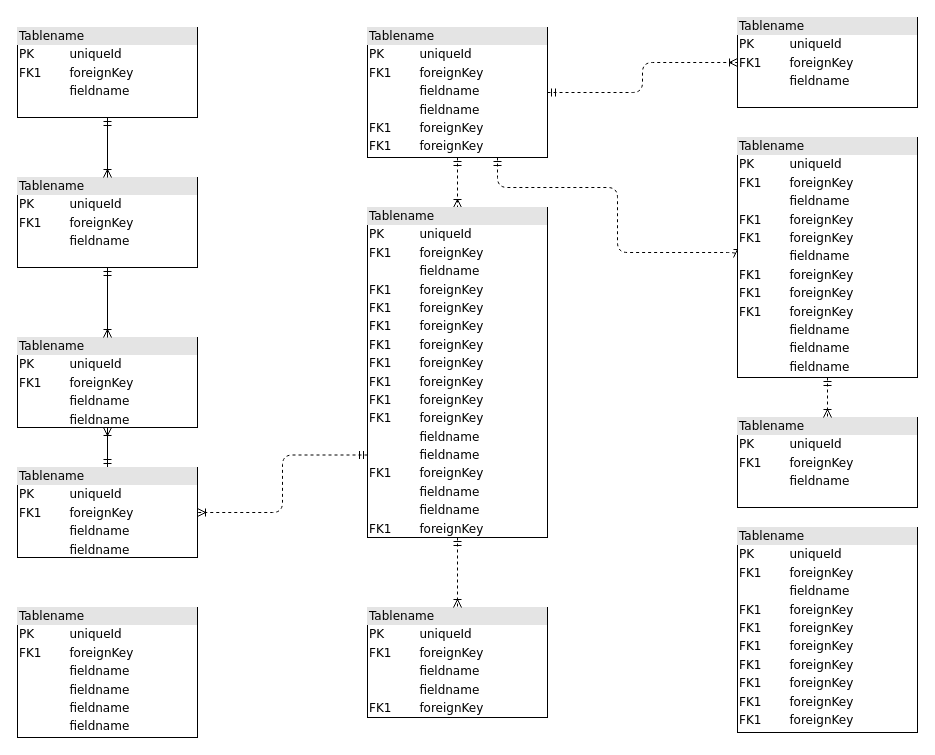
This is Diagrama sem título.drawio from Ronierys2/diagramas_Tabelas, a draw.io file, before an edit. Source tidied: cells renumbered, new cells numbered last; positions are measured from the earlier drawing's top-left corner, leaving out a move shared by most shapes. Both pictures are drawn from the tidied source at 100%, with x=0, y=0 at pixel (17, 17).
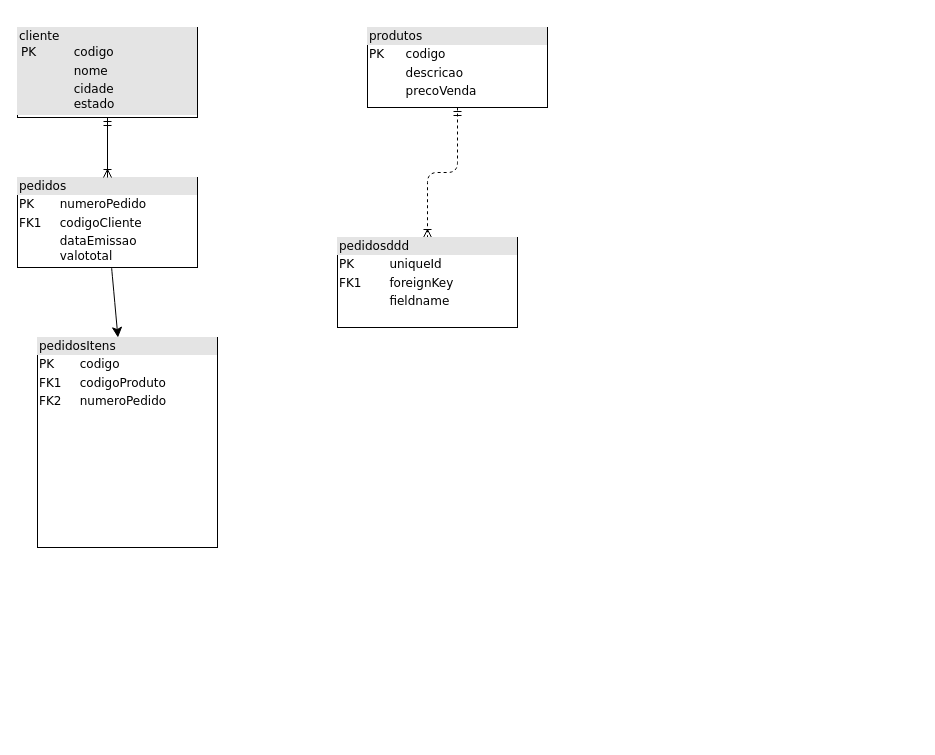
Above is the later version.

Change to the diagram source:
```diff
@@
-    <mxCell id="2" value="&lt;div style=&quot;box-sizing:border-box;width:100%;background:#e4e4e4;padding:2px;&quot;&gt;Tablename&lt;/div&gt;&lt;table style=&quot;width:100%;font-size:1em;&quot; cellpadding=&quot;2&quot; cellspacing=&quot;0&quot;&gt;&lt;tr&gt;&lt;td&gt;PK&lt;/td&gt;&lt;td&gt;uniqueId&lt;/td&gt;&lt;/tr&gt;&lt;tr&gt;&lt;td&gt;FK1&lt;/td&gt;&lt;td&gt;foreignKey&lt;/td&gt;&lt;/tr&gt;&lt;tr&gt;&lt;td&gt;&lt;/td&gt;&lt;td&gt;fieldname&lt;/td&gt;&lt;/tr&gt;&lt;/table&gt;" style="verticalAlign=top;align=left;overflow=fill;html=1;rounded=0;shadow=0;comic=0;labelBackgroundColor=none;strokeWidth=1;fontFamily=Verdana;fontSize=12;" parent="1" vertex="1">
+    <mxCell id="2" value="&lt;div style=&quot;box-sizing:border-box;width:100%;background:#e4e4e4;padding:2px;&quot;&gt;cliente&lt;table style=&quot;background-color: initial; font-size: 1em; width: 100%;&quot; cellpadding=&quot;2&quot; cellspacing=&quot;0&quot;&gt;&lt;tbody&gt;&lt;tr&gt;&lt;td&gt;PK&lt;/td&gt;&lt;td&gt;codigo&lt;/td&gt;&lt;/tr&gt;&lt;tr&gt;&lt;td&gt;&lt;br&gt;&lt;/td&gt;&lt;td&gt;nome&lt;/td&gt;&lt;/tr&gt;&lt;tr&gt;&lt;td&gt;&lt;/td&gt;&lt;td&gt;cidade&lt;br&gt;estado&lt;/td&gt;&lt;/tr&gt;&lt;/tbody&gt;&lt;/table&gt;&lt;/div&gt;" style="verticalAlign=top;align=left;overflow=fill;html=1;rounded=0;shadow=0;comic=0;labelBackgroundColor=none;strokeWidth=1;fontFamily=Verdana;fontSize=12;" parent="1" vertex="1">
       <mxGeometry y="10" width="180" height="90" as="geometry" />
     </mxCell>
-    <mxCell id="3" style="edgeStyle=orthogonalEdgeStyle;html=1;entryX=0.5;entryY=0;dashed=1;labelBackgroundColor=none;startArrow=ERmandOne;endArrow=ERoneToMany;fontFamily=Verdana;fontSize=12;align=left;" parent="1" edge="1" source="6" target="16">
-      <mxGeometry relative="1" as="geometry" />
-    </mxCell>
-    <mxCell id="4" style="edgeStyle=orthogonalEdgeStyle;html=1;dashed=1;labelBackgroundColor=none;startArrow=ERmandOne;endArrow=ERoneToMany;fontFamily=Verdana;fontSize=12;align=left;entryX=0;entryY=0.5;" parent="1" edge="1" source="6" target="19">
-      <mxGeometry relative="1" as="geometry">
-        <Array as="points">
-          <mxPoint x="480" y="170" />
-          <mxPoint x="600" y="170" />
-          <mxPoint x="600" y="235" />
-        </Array>
-      </mxGeometry>
-    </mxCell>
@@
-    <mxCell id="6" value="&lt;div style=&quot;box-sizing: border-box ; width: 100% ; background: #e4e4e4 ; padding: 2px&quot;&gt;Tablename&lt;/div&gt;&lt;table style=&quot;width: 100% ; font-size: 1em&quot; cellpadding=&quot;2&quot; cellspacing=&quot;0&quot;&gt;&lt;tbody&gt;&lt;tr&gt;&lt;td&gt;PK&lt;/td&gt;&lt;td&gt;uniqueId&lt;/td&gt;&lt;/tr&gt;&lt;tr&gt;&lt;td&gt;FK1&lt;/td&gt;&lt;td&gt;foreignKey&lt;/td&gt;&lt;/tr&gt;&lt;tr&gt;&lt;td&gt;&lt;/td&gt;&lt;td&gt;fieldname&lt;/td&gt;&lt;/tr&gt;&lt;tr&gt;&lt;td&gt;&lt;br&gt;&lt;/td&gt;&lt;td&gt;fieldname&lt;br&gt;&lt;/td&gt;&lt;/tr&gt;&lt;tr&gt;&lt;td&gt;FK1&lt;br&gt;&lt;/td&gt;&lt;td&gt;foreignKey&lt;br&gt;&lt;/td&gt;&lt;/tr&gt;&lt;tr&gt;&lt;td&gt;FK1&lt;br&gt;&lt;/td&gt;&lt;td&gt;foreignKey&lt;br&gt;&lt;/td&gt;&lt;/tr&gt;&lt;/tbody&gt;&lt;/table&gt;" style="verticalAlign=top;align=left;overflow=fill;html=1;rounded=0;shadow=0;comic=0;labelBackgroundColor=none;strokeWidth=1;fontFamily=Verdana;fontSize=12;" parent="1" vertex="1">
-      <mxGeometry x="350" y="10" width="180" height="130" as="geometry" />
+    <mxCell id="6" value="&lt;div style=&quot;box-sizing: border-box ; width: 100% ; background: #e4e4e4 ; padding: 2px&quot;&gt;produtos&lt;/div&gt;&lt;table style=&quot;width: 100% ; font-size: 1em&quot; cellpadding=&quot;2&quot; cellspacing=&quot;0&quot;&gt;&lt;tbody&gt;&lt;tr&gt;&lt;td&gt;PK&lt;/td&gt;&lt;td&gt;codigo&lt;/td&gt;&lt;/tr&gt;&lt;tr&gt;&lt;td&gt;&lt;br&gt;&lt;/td&gt;&lt;td&gt;descricao&lt;/td&gt;&lt;/tr&gt;&lt;tr&gt;&lt;td&gt;&lt;/td&gt;&lt;td&gt;precoVenda&lt;/td&gt;&lt;/tr&gt;&lt;tr&gt;&lt;td&gt;&lt;br&gt;&lt;/td&gt;&lt;td&gt;&lt;/td&gt;&lt;/tr&gt;&lt;tr&gt;&lt;td&gt;&lt;/td&gt;&lt;td&gt;&lt;br&gt;&lt;/td&gt;&lt;/tr&gt;&lt;tr&gt;&lt;td&gt;&lt;br&gt;&lt;/td&gt;&lt;td&gt;&lt;br&gt;&lt;/td&gt;&lt;/tr&gt;&lt;/tbody&gt;&lt;/table&gt;" style="verticalAlign=top;align=left;overflow=fill;html=1;rounded=0;shadow=0;comic=0;labelBackgroundColor=none;strokeWidth=1;fontFamily=Verdana;fontSize=12;" parent="1" vertex="1">
+      <mxGeometry x="350" y="10" width="180" height="80" as="geometry" />
     </mxCell>
-    <mxCell id="7" style="edgeStyle=orthogonalEdgeStyle;html=1;labelBackgroundColor=none;startArrow=ERmandOne;endArrow=ERoneToMany;fontFamily=Verdana;fontSize=12;align=left;" parent="1" edge="1" source="9" target="10">
-      <mxGeometry relative="1" as="geometry" />
-    </mxCell>
-    <mxCell id="8" style="edgeStyle=orthogonalEdgeStyle;html=1;exitX=0;exitY=0.75;entryX=1;entryY=0.5;dashed=1;labelBackgroundColor=none;startArrow=ERmandOne;endArrow=ERoneToMany;fontFamily=Verdana;fontSize=12;align=left;" parent="1" edge="1" source="16" target="9">
-      <mxGeometry relative="1" as="geometry" />
-    </mxCell>
-    <mxCell id="9" value="&lt;div style=&quot;box-sizing: border-box ; width: 100% ; background: #e4e4e4 ; padding: 2px&quot;&gt;Tablename&lt;/div&gt;&lt;table style=&quot;width: 100% ; font-size: 1em&quot; cellpadding=&quot;2&quot; cellspacing=&quot;0&quot;&gt;&lt;tbody&gt;&lt;tr&gt;&lt;td&gt;PK&lt;/td&gt;&lt;td&gt;uniqueId&lt;/td&gt;&lt;/tr&gt;&lt;tr&gt;&lt;td&gt;FK1&lt;/td&gt;&lt;td&gt;foreignKey&lt;/td&gt;&lt;/tr&gt;&lt;tr&gt;&lt;td&gt;&lt;/td&gt;&lt;td&gt;fieldname&lt;/td&gt;&lt;/tr&gt;&lt;tr&gt;&lt;td&gt;&lt;br&gt;&lt;/td&gt;&lt;td&gt;fieldname&lt;br&gt;&lt;/td&gt;&lt;/tr&gt;&lt;/tbody&gt;&lt;/table&gt;" style="verticalAlign=top;align=left;overflow=fill;html=1;rounded=0;shadow=0;comic=0;labelBackgroundColor=none;strokeWidth=1;fontFamily=Verdana;fontSize=12;" parent="1" vertex="1">
-      <mxGeometry y="450" width="180" height="90" as="geometry" />
-    </mxCell>
-    <mxCell id="10" value="&lt;div style=&quot;box-sizing: border-box ; width: 100% ; background: #e4e4e4 ; padding: 2px&quot;&gt;Tablename&lt;/div&gt;&lt;table style=&quot;width: 100% ; font-size: 1em&quot; cellpadding=&quot;2&quot; cellspacing=&quot;0&quot;&gt;&lt;tbody&gt;&lt;tr&gt;&lt;td&gt;PK&lt;/td&gt;&lt;td&gt;uniqueId&lt;/td&gt;&lt;/tr&gt;&lt;tr&gt;&lt;td&gt;FK1&lt;/td&gt;&lt;td&gt;foreignKey&lt;/td&gt;&lt;/tr&gt;&lt;tr&gt;&lt;td&gt;&lt;/td&gt;&lt;td&gt;fieldname&lt;/td&gt;&lt;/tr&gt;&lt;tr&gt;&lt;td&gt;&lt;br&gt;&lt;/td&gt;&lt;td&gt;fieldname&lt;br&gt;&lt;/td&gt;&lt;/tr&gt;&lt;/tbody&gt;&lt;/table&gt;" style="verticalAlign=top;align=left;overflow=fill;html=1;rounded=0;shadow=0;comic=0;labelBackgroundColor=none;strokeWidth=1;fontFamily=Verdana;fontSize=12;" parent="1" vertex="1">
-      <mxGeometry y="320" width="180" height="90" as="geometry" />
-    </mxCell>
-    <mxCell id="11" style="edgeStyle=orthogonalEdgeStyle;html=1;entryX=0.5;entryY=0;labelBackgroundColor=none;startArrow=ERmandOne;endArrow=ERoneToMany;fontFamily=Verdana;fontSize=12;align=left;" parent="1" edge="1" source="12" target="10">
-      <mxGeometry relative="1" as="geometry" />
-    </mxCell>
+    <mxCell id="23" style="edgeStyle=none;curved=1;rounded=0;jettySize=auto;html=1;fontSize=12;startSize=8;endSize=8;" parent="1" edge="1" source="12" target="24">
+      <mxGeometry relative="1" as="geometry" />
+    </mxCell>
-    <mxCell id="12" value="&lt;div style=&quot;box-sizing:border-box;width:100%;background:#e4e4e4;padding:2px;&quot;&gt;Tablename&lt;/div&gt;&lt;table style=&quot;width:100%;font-size:1em;&quot; cellpadding=&quot;2&quot; cellspacing=&quot;0&quot;&gt;&lt;tr&gt;&lt;td&gt;PK&lt;/td&gt;&lt;td&gt;uniqueId&lt;/td&gt;&lt;/tr&gt;&lt;tr&gt;&lt;td&gt;FK1&lt;/td&gt;&lt;td&gt;foreignKey&lt;/td&gt;&lt;/tr&gt;&lt;tr&gt;&lt;td&gt;&lt;/td&gt;&lt;td&gt;fieldname&lt;/td&gt;&lt;/tr&gt;&lt;/table&gt;" style="verticalAlign=top;align=left;overflow=fill;html=1;rounded=0;shadow=0;comic=0;labelBackgroundColor=none;strokeWidth=1;fontFamily=Verdana;fontSize=12;" parent="1" vertex="1">
+    <mxCell id="12" value="&lt;div style=&quot;box-sizing:border-box;width:100%;background:#e4e4e4;padding:2px;&quot;&gt;pedidos&lt;/div&gt;&lt;table style=&quot;width:100%;font-size:1em;&quot; cellpadding=&quot;2&quot; cellspacing=&quot;0&quot;&gt;&lt;tbody&gt;&lt;tr&gt;&lt;td&gt;PK&lt;/td&gt;&lt;td&gt;numeroPedido&lt;/td&gt;&lt;/tr&gt;&lt;tr&gt;&lt;td&gt;FK1&lt;/td&gt;&lt;td&gt;codigoCliente&lt;/td&gt;&lt;/tr&gt;&lt;tr&gt;&lt;td&gt;&lt;/td&gt;&lt;td&gt;dataEmissao&lt;br&gt;valototal&lt;/td&gt;&lt;/tr&gt;&lt;/tbody&gt;&lt;/table&gt;" style="verticalAlign=top;align=left;overflow=fill;html=1;rounded=0;shadow=0;comic=0;labelBackgroundColor=none;strokeWidth=1;fontFamily=Verdana;fontSize=12;" parent="1" vertex="1">
       <mxGeometry y="160" width="180" height="90" as="geometry" />
     </mxCell>
-    <mxCell id="13" value="&lt;div style=&quot;box-sizing: border-box ; width: 100% ; background: #e4e4e4 ; padding: 2px&quot;&gt;Tablename&lt;/div&gt;&lt;table style=&quot;width: 100% ; font-size: 1em&quot; cellpadding=&quot;2&quot; cellspacing=&quot;0&quot;&gt;&lt;tbody&gt;&lt;tr&gt;&lt;td&gt;PK&lt;/td&gt;&lt;td&gt;uniqueId&lt;/td&gt;&lt;/tr&gt;&lt;tr&gt;&lt;td&gt;FK1&lt;/td&gt;&lt;td&gt;foreignKey&lt;/td&gt;&lt;/tr&gt;&lt;tr&gt;&lt;td&gt;&lt;/td&gt;&lt;td&gt;fieldname&lt;/td&gt;&lt;/tr&gt;&lt;tr&gt;&lt;td&gt;FK1&lt;br&gt;&lt;/td&gt;&lt;td&gt;foreignKey&lt;br&gt;&lt;/td&gt;&lt;/tr&gt;&lt;tr&gt;&lt;td&gt;FK1&lt;br&gt;&lt;/td&gt;&lt;td&gt;foreignKey&lt;br&gt;&lt;/td&gt;&lt;/tr&gt;&lt;tr&gt;&lt;td&gt;FK1&lt;br&gt;&lt;/td&gt;&lt;td&gt;foreignKey&lt;br&gt;&lt;/td&gt;&lt;/tr&gt;&lt;tr&gt;&lt;td&gt;FK1&lt;br&gt;&lt;/td&gt;&lt;td&gt;foreignKey&lt;br&gt;&lt;/td&gt;&lt;/tr&gt;&lt;tr&gt;&lt;td&gt;FK1&lt;br&gt;&lt;/td&gt;&lt;td&gt;foreignKey&lt;br&gt;&lt;/td&gt;&lt;/tr&gt;&lt;tr&gt;&lt;td&gt;FK1&lt;br&gt;&lt;/td&gt;&lt;td&gt;foreignKey&lt;br&gt;&lt;/td&gt;&lt;/tr&gt;&lt;tr&gt;&lt;td&gt;FK1&lt;br&gt;&lt;/td&gt;&lt;td&gt;foreignKey&lt;br&gt;&lt;/td&gt;&lt;/tr&gt;&lt;/tbody&gt;&lt;/table&gt;" style="verticalAlign=top;align=left;overflow=fill;html=1;rounded=0;shadow=0;comic=0;labelBackgroundColor=none;strokeWidth=1;fontFamily=Verdana;fontSize=12;" parent="1" vertex="1">
-      <mxGeometry x="720" y="510" width="180" height="205" as="geometry" />
-    </mxCell>
-    <mxCell id="14" value="&lt;div style=&quot;box-sizing: border-box ; width: 100% ; background: #e4e4e4 ; padding: 2px&quot;&gt;Tablename&lt;/div&gt;&lt;table style=&quot;width: 100% ; font-size: 1em&quot; cellpadding=&quot;2&quot; cellspacing=&quot;0&quot;&gt;&lt;tbody&gt;&lt;tr&gt;&lt;td&gt;PK&lt;/td&gt;&lt;td&gt;uniqueId&lt;/td&gt;&lt;/tr&gt;&lt;tr&gt;&lt;td&gt;FK1&lt;/td&gt;&lt;td&gt;foreignKey&lt;/td&gt;&lt;/tr&gt;&lt;tr&gt;&lt;td&gt;&lt;/td&gt;&lt;td&gt;fieldname&lt;/td&gt;&lt;/tr&gt;&lt;tr&gt;&lt;td&gt;&lt;br&gt;&lt;/td&gt;&lt;td&gt;fieldname&lt;br&gt;&lt;/td&gt;&lt;/tr&gt;&lt;tr&gt;&lt;td&gt;FK1&lt;br&gt;&lt;/td&gt;&lt;td&gt;foreignKey&lt;br&gt;&lt;/td&gt;&lt;/tr&gt;&lt;/tbody&gt;&lt;/table&gt;" style="verticalAlign=top;align=left;overflow=fill;html=1;rounded=0;shadow=0;comic=0;labelBackgroundColor=none;strokeWidth=1;fontFamily=Verdana;fontSize=12;" parent="1" vertex="1">
-      <mxGeometry x="350" y="590" width="180" height="110" as="geometry" />
-    </mxCell>
-    <mxCell id="15" style="edgeStyle=orthogonalEdgeStyle;html=1;entryX=0.5;entryY=0;labelBackgroundColor=none;startArrow=ERmandOne;endArrow=ERoneToMany;fontFamily=Verdana;fontSize=12;align=left;dashed=1;" parent="1" edge="1" source="16" target="14">
-      <mxGeometry relative="1" as="geometry" />
-    </mxCell>
-    <mxCell id="16" value="&lt;div style=&quot;box-sizing: border-box ; width: 100% ; background: #e4e4e4 ; padding: 2px&quot;&gt;Tablename&lt;/div&gt;&lt;table style=&quot;width: 100% ; font-size: 1em&quot; cellpadding=&quot;2&quot; cellspacing=&quot;0&quot;&gt;&lt;tbody&gt;&lt;tr&gt;&lt;td&gt;PK&lt;/td&gt;&lt;td&gt;uniqueId&lt;/td&gt;&lt;/tr&gt;&lt;tr&gt;&lt;td&gt;FK1&lt;/td&gt;&lt;td&gt;foreignKey&lt;/td&gt;&lt;/tr&gt;&lt;tr&gt;&lt;td&gt;&lt;/td&gt;&lt;td&gt;fieldname&lt;/td&gt;&lt;/tr&gt;&lt;tr&gt;&lt;td&gt;FK1&lt;br&gt;&lt;/td&gt;&lt;td&gt;foreignKey&lt;br&gt;&lt;/td&gt;&lt;/tr&gt;&lt;tr&gt;&lt;td&gt;FK1&lt;br&gt;&lt;/td&gt;&lt;td&gt;foreignKey&lt;br&gt;&lt;/td&gt;&lt;/tr&gt;&lt;tr&gt;&lt;td&gt;FK1&lt;br&gt;&lt;/td&gt;&lt;td&gt;foreignKey&lt;br&gt;&lt;/td&gt;&lt;/tr&gt;&lt;tr&gt;&lt;td&gt;FK1&lt;br&gt;&lt;/td&gt;&lt;td&gt;foreignKey&lt;br&gt;&lt;/td&gt;&lt;/tr&gt;&lt;tr&gt;&lt;td&gt;FK1&lt;br&gt;&lt;/td&gt;&lt;td&gt;foreignKey&lt;br&gt;&lt;/td&gt;&lt;/tr&gt;&lt;tr&gt;&lt;td&gt;FK1&lt;br&gt;&lt;/td&gt;&lt;td&gt;foreignKey&lt;br&gt;&lt;/td&gt;&lt;/tr&gt;&lt;tr&gt;&lt;td&gt;FK1&lt;br&gt;&lt;/td&gt;&lt;td&gt;foreignKey&lt;br&gt;&lt;/td&gt;&lt;/tr&gt;&lt;tr&gt;&lt;td&gt;FK1&lt;br&gt;&lt;/td&gt;&lt;td&gt;foreignKey&lt;br&gt;&lt;/td&gt;&lt;/tr&gt;&lt;tr&gt;&lt;td&gt;&lt;br&gt;&lt;/td&gt;&lt;td&gt;fieldname&lt;br&gt;&lt;/td&gt;&lt;/tr&gt;&lt;tr&gt;&lt;td&gt;&lt;br&gt;&lt;/td&gt;&lt;td&gt;fieldname&lt;br&gt;&lt;/td&gt;&lt;/tr&gt;&lt;tr&gt;&lt;td&gt;FK1&lt;br&gt;&lt;/td&gt;&lt;td&gt;foreignKey&lt;br&gt;&lt;/td&gt;&lt;/tr&gt;&lt;tr&gt;&lt;td&gt;&lt;br&gt;&lt;/td&gt;&lt;td&gt;fieldname&lt;br&gt;&lt;/td&gt;&lt;/tr&gt;&lt;tr&gt;&lt;td&gt;&lt;br&gt;&lt;/td&gt;&lt;td&gt;fieldname&lt;br&gt;&lt;/td&gt;&lt;/tr&gt;&lt;tr&gt;&lt;td&gt;FK1&lt;br&gt;&lt;/td&gt;&lt;td&gt;foreignKey&lt;br&gt;&lt;/td&gt;&lt;/tr&gt;&lt;/tbody&gt;&lt;/table&gt;" style="verticalAlign=top;align=left;overflow=fill;html=1;rounded=0;shadow=0;comic=0;labelBackgroundColor=none;strokeWidth=1;fontFamily=Verdana;fontSize=12;" parent="1" vertex="1">
-      <mxGeometry x="350" y="190" width="180" height="330" as="geometry" />
-    </mxCell>
-    <mxCell id="17" value="&lt;div style=&quot;box-sizing:border-box;width:100%;background:#e4e4e4;padding:2px;&quot;&gt;Tablename&lt;/div&gt;&lt;table style=&quot;width:100%;font-size:1em;&quot; cellpadding=&quot;2&quot; cellspacing=&quot;0&quot;&gt;&lt;tr&gt;&lt;td&gt;PK&lt;/td&gt;&lt;td&gt;uniqueId&lt;/td&gt;&lt;/tr&gt;&lt;tr&gt;&lt;td&gt;FK1&lt;/td&gt;&lt;td&gt;foreignKey&lt;/td&gt;&lt;/tr&gt;&lt;tr&gt;&lt;td&gt;&lt;/td&gt;&lt;td&gt;fieldname&lt;/td&gt;&lt;/tr&gt;&lt;/table&gt;" style="verticalAlign=top;align=left;overflow=fill;html=1;rounded=0;shadow=0;comic=0;labelBackgroundColor=none;strokeWidth=1;fontFamily=Verdana;fontSize=12;" parent="1" vertex="1">
-      <mxGeometry x="720" y="400" width="180" height="90" as="geometry" />
-    </mxCell>
-    <mxCell id="18" style="edgeStyle=orthogonalEdgeStyle;html=1;entryX=0.5;entryY=0;dashed=1;labelBackgroundColor=none;startArrow=ERmandOne;endArrow=ERoneToMany;fontFamily=Verdana;fontSize=12;align=left;" parent="1" edge="1" source="19" target="17">
-      <mxGeometry relative="1" as="geometry" />
-    </mxCell>
-    <mxCell id="19" value="&lt;div style=&quot;box-sizing: border-box ; width: 100% ; background: #e4e4e4 ; padding: 2px&quot;&gt;Tablename&lt;/div&gt;&lt;table style=&quot;width: 100% ; font-size: 1em&quot; cellpadding=&quot;2&quot; cellspacing=&quot;0&quot;&gt;&lt;tbody&gt;&lt;tr&gt;&lt;td&gt;PK&lt;/td&gt;&lt;td&gt;uniqueId&lt;/td&gt;&lt;/tr&gt;&lt;tr&gt;&lt;td&gt;FK1&lt;/td&gt;&lt;td&gt;foreignKey&lt;/td&gt;&lt;/tr&gt;&lt;tr&gt;&lt;td&gt;&lt;/td&gt;&lt;td&gt;fieldname&lt;/td&gt;&lt;/tr&gt;&lt;tr&gt;&lt;td&gt;FK1&lt;br&gt;&lt;/td&gt;&lt;td&gt;foreignKey&lt;br&gt;&lt;/td&gt;&lt;/tr&gt;&lt;tr&gt;&lt;td&gt;FK1&lt;br&gt;&lt;/td&gt;&lt;td&gt;foreignKey&lt;br&gt;&lt;/td&gt;&lt;/tr&gt;&lt;tr&gt;&lt;td&gt;&lt;br&gt;&lt;/td&gt;&lt;td&gt;fieldname&lt;br&gt;&lt;/td&gt;&lt;/tr&gt;&lt;tr&gt;&lt;td&gt;FK1&lt;br&gt;&lt;/td&gt;&lt;td&gt;foreignKey&lt;br&gt;&lt;/td&gt;&lt;/tr&gt;&lt;tr&gt;&lt;td&gt;FK1&lt;br&gt;&lt;/td&gt;&lt;td&gt;foreignKey&lt;br&gt;&lt;/td&gt;&lt;/tr&gt;&lt;tr&gt;&lt;td&gt;FK1&lt;br&gt;&lt;/td&gt;&lt;td&gt;foreignKey&lt;br&gt;&lt;/td&gt;&lt;/tr&gt;&lt;tr&gt;&lt;td&gt;&lt;br&gt;&lt;/td&gt;&lt;td&gt;fieldname&lt;br&gt;&lt;/td&gt;&lt;/tr&gt;&lt;tr&gt;&lt;td&gt;&lt;br&gt;&lt;/td&gt;&lt;td&gt;fieldname&lt;br&gt;&lt;/td&gt;&lt;/tr&gt;&lt;tr&gt;&lt;td&gt;&lt;br&gt;&lt;/td&gt;&lt;td&gt;fieldname&lt;br&gt;&lt;/td&gt;&lt;/tr&gt;&lt;/tbody&gt;&lt;/table&gt;" style="verticalAlign=top;align=left;overflow=fill;html=1;rounded=0;shadow=0;comic=0;labelBackgroundColor=none;strokeWidth=1;fontFamily=Verdana;fontSize=12;" parent="1" vertex="1">
-      <mxGeometry x="720" y="120" width="180" height="240" as="geometry" />
-    </mxCell>
-    <mxCell id="20" value="&lt;div style=&quot;box-sizing:border-box;width:100%;background:#e4e4e4;padding:2px;&quot;&gt;Tablename&lt;/div&gt;&lt;table style=&quot;width:100%;font-size:1em;&quot; cellpadding=&quot;2&quot; cellspacing=&quot;0&quot;&gt;&lt;tr&gt;&lt;td&gt;PK&lt;/td&gt;&lt;td&gt;uniqueId&lt;/td&gt;&lt;/tr&gt;&lt;tr&gt;&lt;td&gt;FK1&lt;/td&gt;&lt;td&gt;foreignKey&lt;/td&gt;&lt;/tr&gt;&lt;tr&gt;&lt;td&gt;&lt;/td&gt;&lt;td&gt;fieldname&lt;/td&gt;&lt;/tr&gt;&lt;/table&gt;" style="verticalAlign=top;align=left;overflow=fill;html=1;rounded=0;shadow=0;comic=0;labelBackgroundColor=none;strokeWidth=1;fontFamily=Verdana;fontSize=12;" parent="1" vertex="1">
-      <mxGeometry x="720" width="180" height="90" as="geometry" />
+    <mxCell id="20" value="&lt;div style=&quot;box-sizing:border-box;width:100%;background:#e4e4e4;padding:2px;&quot;&gt;pedidosddd&lt;/div&gt;&lt;table style=&quot;width:100%;font-size:1em;&quot; cellpadding=&quot;2&quot; cellspacing=&quot;0&quot;&gt;&lt;tbody&gt;&lt;tr&gt;&lt;td&gt;PK&lt;/td&gt;&lt;td&gt;uniqueId&lt;/td&gt;&lt;/tr&gt;&lt;tr&gt;&lt;td&gt;FK1&lt;/td&gt;&lt;td&gt;foreignKey&lt;/td&gt;&lt;/tr&gt;&lt;tr&gt;&lt;td&gt;&lt;/td&gt;&lt;td&gt;fieldname&lt;/td&gt;&lt;/tr&gt;&lt;/tbody&gt;&lt;/table&gt;" style="verticalAlign=top;align=left;overflow=fill;html=1;rounded=0;shadow=0;comic=0;labelBackgroundColor=none;strokeWidth=1;fontFamily=Verdana;fontSize=12;" parent="1" vertex="1">
+      <mxGeometry x="320" y="220" width="180" height="90" as="geometry" />
     </mxCell>
-    <mxCell id="21" value="&lt;div style=&quot;box-sizing: border-box ; width: 100% ; background: #e4e4e4 ; padding: 2px&quot;&gt;Tablename&lt;/div&gt;&lt;table style=&quot;width: 100% ; font-size: 1em&quot; cellpadding=&quot;2&quot; cellspacing=&quot;0&quot;&gt;&lt;tbody&gt;&lt;tr&gt;&lt;td&gt;PK&lt;/td&gt;&lt;td&gt;uniqueId&lt;/td&gt;&lt;/tr&gt;&lt;tr&gt;&lt;td&gt;FK1&lt;/td&gt;&lt;td&gt;foreignKey&lt;/td&gt;&lt;/tr&gt;&lt;tr&gt;&lt;td&gt;&lt;/td&gt;&lt;td&gt;fieldname&lt;/td&gt;&lt;/tr&gt;&lt;tr&gt;&lt;td&gt;&lt;br&gt;&lt;/td&gt;&lt;td&gt;fieldname&lt;br&gt;&lt;/td&gt;&lt;/tr&gt;&lt;tr&gt;&lt;td&gt;&lt;br&gt;&lt;/td&gt;&lt;td&gt;fieldname&lt;br&gt;&lt;/td&gt;&lt;/tr&gt;&lt;tr&gt;&lt;td&gt;&lt;br&gt;&lt;/td&gt;&lt;td&gt;fieldname&lt;br&gt;&lt;/td&gt;&lt;/tr&gt;&lt;/tbody&gt;&lt;/table&gt;" style="verticalAlign=top;align=left;overflow=fill;html=1;rounded=0;shadow=0;comic=0;labelBackgroundColor=none;strokeWidth=1;fontFamily=Verdana;fontSize=12;" parent="1" vertex="1">
-      <mxGeometry y="590" width="180" height="130" as="geometry" />
-    </mxCell>
@@
+    <mxCell id="24" value="&lt;div style=&quot;box-sizing:border-box;width:100%;background:#e4e4e4;padding:2px;&quot;&gt;pedidosItens&lt;/div&gt;&lt;table style=&quot;width:100%;font-size:1em;&quot; cellpadding=&quot;2&quot; cellspacing=&quot;0&quot;&gt;&lt;tbody&gt;&lt;tr&gt;&lt;td&gt;PK&lt;/td&gt;&lt;td&gt;codigo&lt;/td&gt;&lt;/tr&gt;&lt;tr&gt;&lt;td&gt;FK1&lt;/td&gt;&lt;td&gt;codigoProduto&lt;/td&gt;&lt;/tr&gt;&lt;tr&gt;&lt;td&gt;FK2&lt;/td&gt;&lt;td&gt;numeroPedido&lt;br&gt;&lt;/td&gt;&lt;/tr&gt;&lt;/tbody&gt;&lt;/table&gt;" style="verticalAlign=top;align=left;overflow=fill;html=1;rounded=0;shadow=0;comic=0;labelBackgroundColor=none;strokeWidth=1;fontFamily=Verdana;fontSize=12;" parent="1" vertex="1">
+      <mxGeometry x="20" y="320" width="180" height="210" as="geometry" />
+    </mxCell>
```
